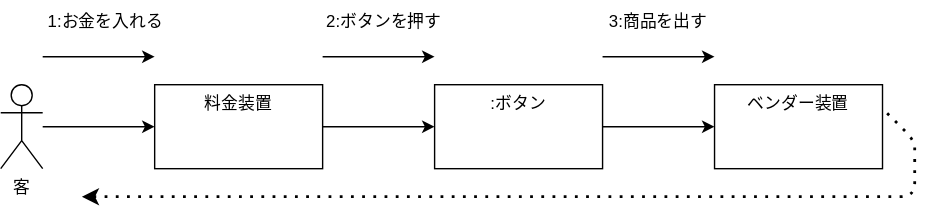
Above: 演習6-4-4_コミュニケーション図_自動販売機.drawio.svg in kamideteshuuto/uml-introduction (draw.io), before the change. Source tidied: cells renumbered, new cells last; positions are measured from the earlier drawing's top-left corner, leaving out a move shared by most shapes.
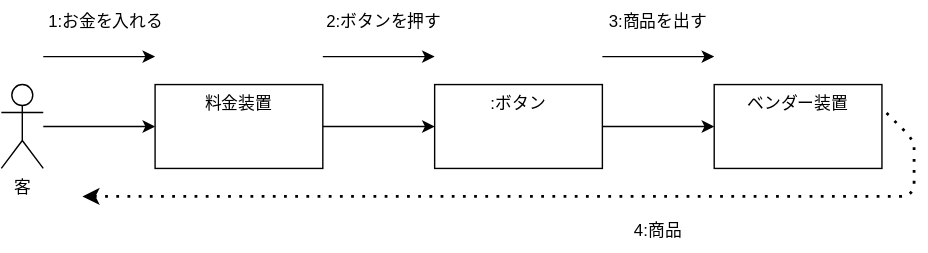
Above is the later version.

Diff of the diagram source:
```diff
@@ -61,5 +61,8 @@
         </Array>
       </mxGeometry>
     </mxCell>
+    <mxCell id="16" value="4:商品" style="text;html=1;strokeColor=none;fillColor=none;align=center;verticalAlign=middle;whiteSpace=wrap;rounded=0;" parent="1" vertex="1">
+      <mxGeometry x="420" y="150" width="100" height="30" as="geometry" />
+    </mxCell>
   </root>
 </mxGraphModel>
```
